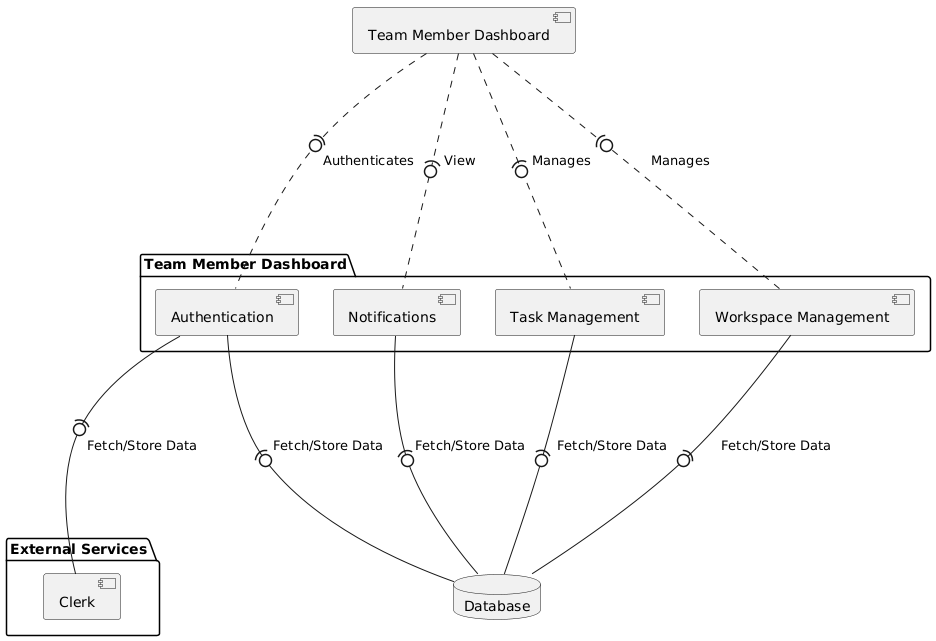
This is documentation/component-diagram/team-member.png from phyziyx/luminae, a PlantUML export, as it was before one commit. Its source is kept beside it as documentation/component-diagram/team-member.puml.
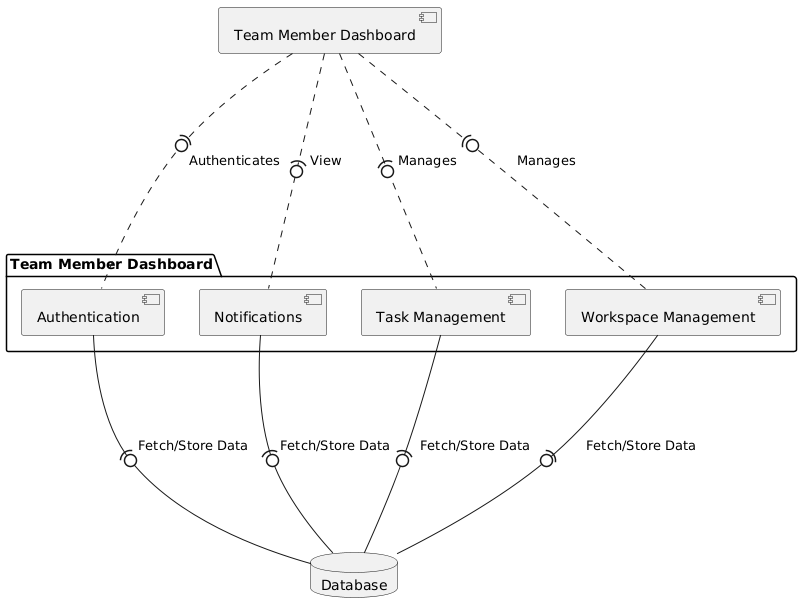
The same file after the commit.

The edit, as a diff of the source:
```diff
@@ -1,4 +1,4 @@
-@startuml
+@startuml team-member
 component "Team Member Dashboard" as TeamMember
 
 package "Team Member Dashboard" {
@@ -10,17 +10,12 @@
 
 database "Database" as DB
 
-package "External Services" {
-  component "Clerk" as Clerk
-}
-
 TeamMember ..(0-- Authentication : Authenticates
 TeamMember ..(0-- Notifications : View
 TeamMember ..(0-- TaskManagement : Manages
 TeamMember ..(0-- WorkspaceManagement : Manages
 
 Authentication --(0-- DB : Fetch/Store Data
-Authentication --(0-- Clerk : Fetch/Store Data
 Notifications --(0-- DB : Fetch/Store Data
 TaskManagement --(0-- DB : Fetch/Store Data
 WorkspaceManagement --(0-- DB : Fetch/Store Data
```
